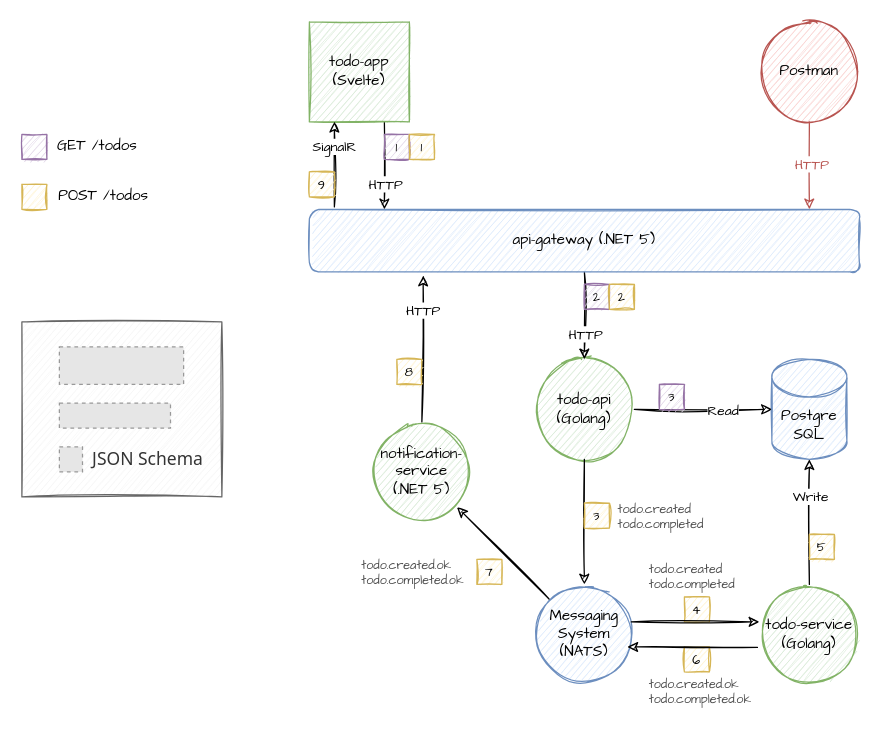
This is doc/architecture.drawio from heikkilamarko/todo-app, a draw.io file, before an edit. Source tidied: cells renumbered, new cells numbered last; positions are measured from the earlier drawing's top-left corner, leaving out a move shared by most shapes. Both pictures are drawn from the tidied source at 125%, with x=0, y=0 at pixel (21, 21). Pictures stored in the file or linked from it are replaced by grey dashed boxes.
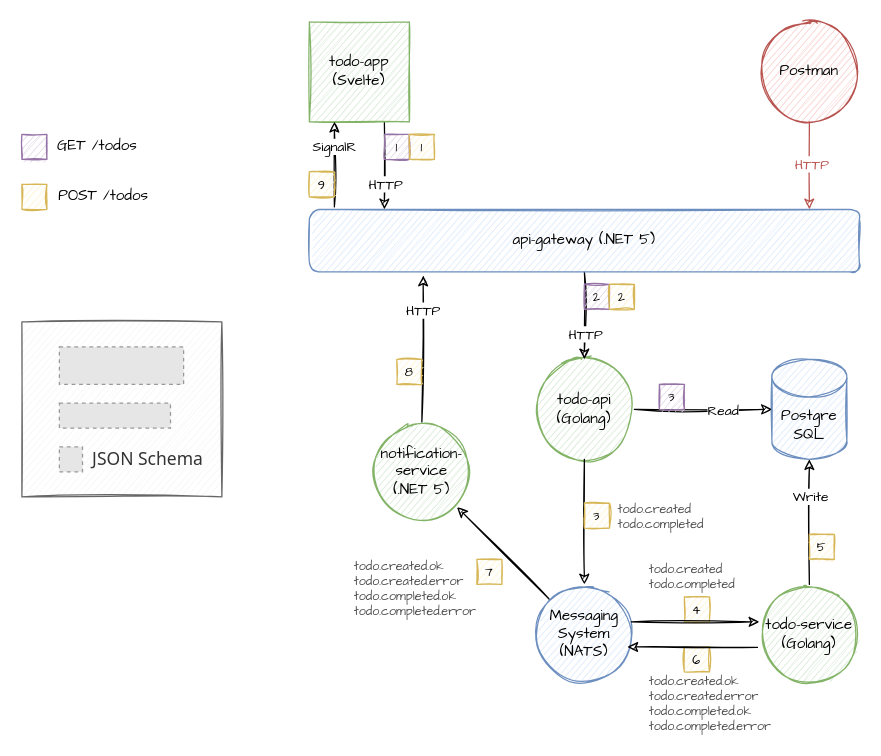
Above is the later version.

The edit, as a diff of the source:
```diff
@@
-    <mxCell id="50" value="todo.created.ok&lt;br&gt;todo.completed.ok" style="text;html=1;align=left;verticalAlign=middle;fillColor=none;strokeColor=none;rounded=0;fontFamily=Comic Sans MS;fontSize=10;fontColor=#4D4D4D;" parent="1" vertex="1">
-      <mxGeometry x="270" y="425" width="100" height="30" as="geometry" />
+    <mxCell id="50" value="todo.created.ok&lt;br&gt;todo.created.error&lt;br&gt;todo.completed.ok&lt;br&gt;todo.completed.error" style="text;html=1;align=left;verticalAlign=middle;fillColor=none;strokeColor=none;rounded=0;fontFamily=Comic Sans MS;fontSize=10;fontColor=#4D4D4D;" parent="1" vertex="1">
+      <mxGeometry x="264" y="428" width="110" height="50" as="geometry" />
     </mxCell>
@@
-    <mxCell id="54" value="todo.created.ok&lt;br&gt;todo.completed.ok" style="text;html=1;align=left;verticalAlign=middle;fillColor=none;strokeColor=none;rounded=0;fontFamily=Comic Sans MS;fontSize=10;fontColor=#4D4D4D;" parent="1" vertex="1">
-      <mxGeometry x="500" y="520" width="100" height="30" as="geometry" />
-    </mxCell>
+    <mxCell id="55" value="todo.created.ok&lt;br&gt;todo.created.error&lt;br&gt;todo.completed.ok&lt;br&gt;todo.completed.error" style="text;html=1;align=left;verticalAlign=middle;fillColor=none;strokeColor=none;rounded=0;fontFamily=Comic Sans MS;fontSize=10;fontColor=#4D4D4D;" parent="1" vertex="1">
+      <mxGeometry x="500" y="520" width="110" height="50" as="geometry" />
+    </mxCell>
```
